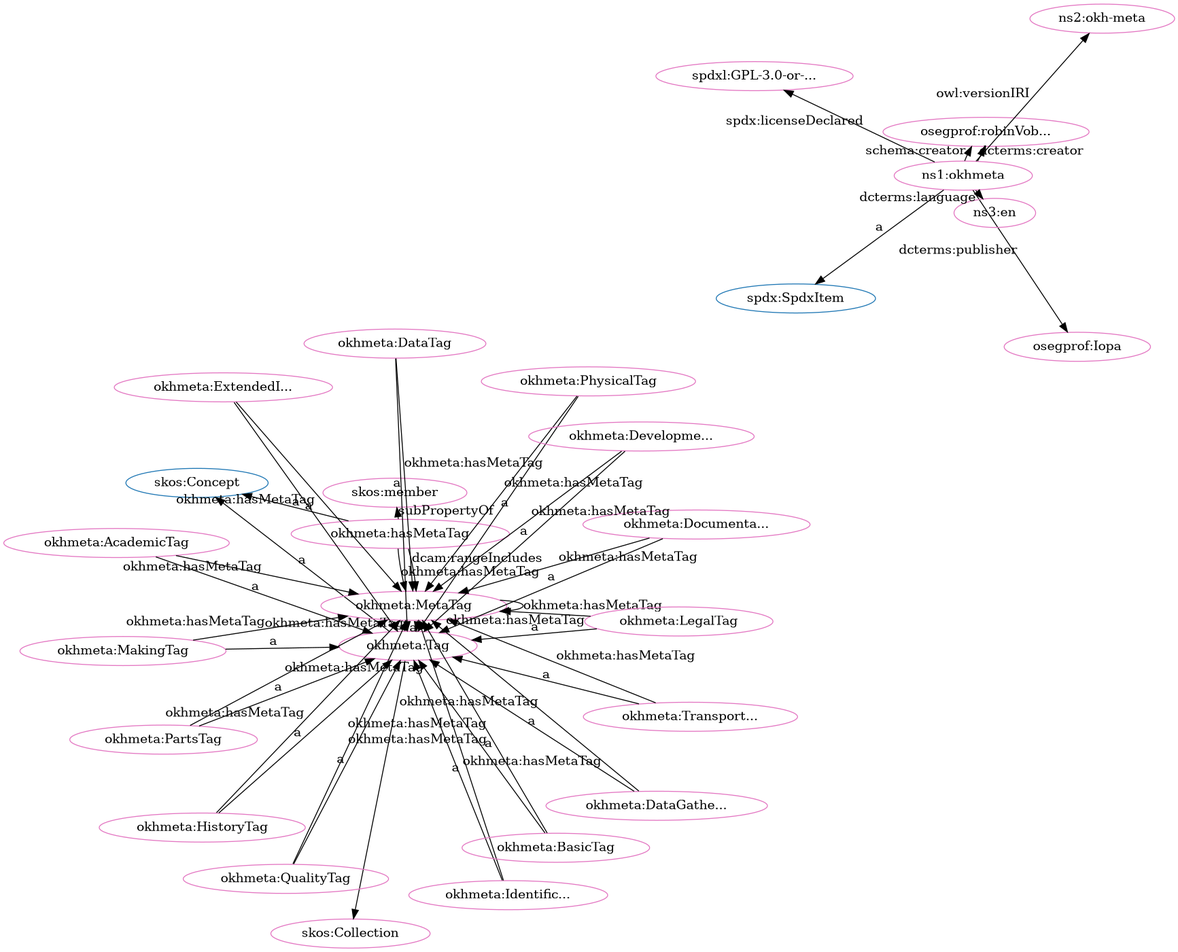
This is src/spec/dot_okh-meta-clean.png from iop-alliance/OpenKnowHow, a Graphviz export, as it was before one commit. Its source is kept beside it as src/spec/dot_okh-meta-clean.dot.
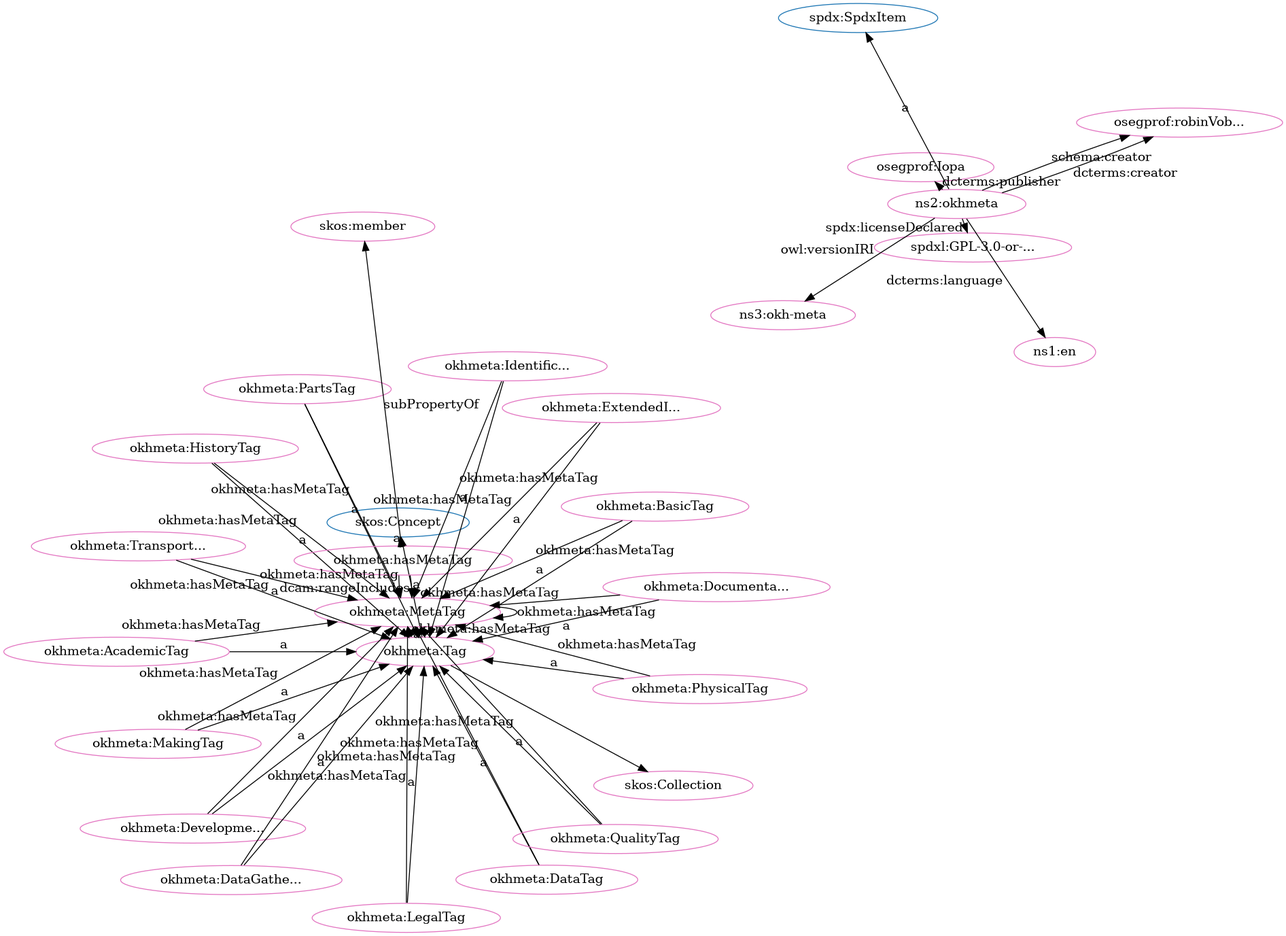
The same file after the commit.

Diff of the diagram source:
```diff
@@ -1,80 +1,80 @@
 digraph G {
   rankdir=BT
   node[height=.3]
+"http://spdx.org/rdf/terms#SpdxItem" [fillcolor="#1f77b4" color="#1f77b4" label="spdx:SpdxItem"]
+"http://www.w3.org/2004/02/skos/core#Collection" [fillcolor="#1f77b4" color="#1f77b4" label="skos:Collection"]
 "http://www.w3.org/2004/02/skos/core#Concept" [fillcolor="#1f77b4" color="#1f77b4" label="skos:Concept"]
 "http://w3id.org/oseg/ont/okhmeta#Tag" [fillcolor="#1f77b4" color="#1f77b4" label="okhmeta:Tag"]
-"http://www.w3.org/2004/02/skos/core#Collection" [fillcolor="#1f77b4" color="#1f77b4" label="skos:Collection"]
-"http://spdx.org/rdf/terms#SpdxItem" [fillcolor="#1f77b4" color="#1f77b4" label="spdx:SpdxItem"]
-"http://w3id.org/oseg/ont/okhmeta" [fillcolor="#e377c2" color="#e377c2" label="ns1:okhmeta"]
 "http://w3id.org/oseg/ont/okhmeta#MetaTag" [fillcolor="#e377c2" color="#e377c2" label="okhmeta:MetaTag"]
+"http://w3id.org/oseg/ont/okhmeta#DocumentationTag" [fillcolor="#e377c2" color="#e377c2" label="okhmeta:Documenta..."]
+"http://w3id.org/oseg/ont/oseg-profiles#robinVobruba" [fillcolor="#e377c2" color="#e377c2" label="osegprof:robinVob..."]
+"http://w3id.org/oseg/ont/okhmeta#AcademicTag" [fillcolor="#e377c2" color="#e377c2" label="okhmeta:AcademicTag"]
+"http://spdx.org/licenses/GPL-3.0-or-later" [fillcolor="#e377c2" color="#e377c2" label="spdxl:GPL-3.0-or-..."]
+"http://w3id.org/oseg/ont/okhmeta#MakingTag" [fillcolor="#e377c2" color="#e377c2" label="okhmeta:MakingTag"]
 "http://w3id.org/oseg/ont/oseg-profiles#Iopa" [fillcolor="#e377c2" color="#e377c2" label="osegprof:Iopa"]
-"http://w3id.org/oseg/ont/oseg-profiles#robinVobruba" [fillcolor="#e377c2" color="#e377c2" label="osegprof:robinVob..."]
+"http://w3id.org/oseg/ont/okhmeta#Tag" [fillcolor="#e377c2" color="#e377c2" label="okhmeta:Tag"]
+"http://w3id.org/oseg/ont/okhmeta#PartsTag" [fillcolor="#e377c2" color="#e377c2" label="okhmeta:PartsTag"]
+"http://w3id.org/oseg/ont/okhmeta#HistoryTag" [fillcolor="#e377c2" color="#e377c2" label="okhmeta:HistoryTag"]
 "http://w3id.org/oseg/ont/okhmeta#hasMetaTag" [fillcolor="#e377c2" color="#e377c2" label="okhmeta:hasMetaTag"]
+"http://w3id.org/oseg/ont/okhmeta#DataTag" [fillcolor="#e377c2" color="#e377c2" label="okhmeta:DataTag"]
+"http://id.loc.gov/vocabulary/iso639-1/en" [fillcolor="#e377c2" color="#e377c2" label="ns1:en"]
+"http://w3id.org/oseg/ont/okhmeta#DevelopmentTag" [fillcolor="#e377c2" color="#e377c2" label="okhmeta:Developme..."]
+"http://w3id.org/oseg/ont/okhmeta" [fillcolor="#e377c2" color="#e377c2" label="ns2:okhmeta"]
+"http://w3id.org/oseg/ont/okhmeta#IdentificationTag" [fillcolor="#e377c2" color="#e377c2" label="okhmeta:Identific..."]
 "http://w3id.org/oseg/ont/okhmeta#ExtendedInfoTag" [fillcolor="#e377c2" color="#e377c2" label="okhmeta:ExtendedI..."]
-"http://w3id.org/oseg/ont/okhmeta#HistoryTag" [fillcolor="#e377c2" color="#e377c2" label="okhmeta:HistoryTag"]
-"http://w3id.org/oseg/ont/okhmeta#DocumentationTag" [fillcolor="#e377c2" color="#e377c2" label="okhmeta:Documenta..."]
+"http://w3id.org/oseg/ont/okhmeta#BasicTag" [fillcolor="#e377c2" color="#e377c2" label="okhmeta:BasicTag"]
 "http://w3id.org/oseg/ont/okhmeta#QualityTag" [fillcolor="#e377c2" color="#e377c2" label="okhmeta:QualityTag"]
-"http://w3id.org/oseg/ont/okhmeta#IdentificationTag" [fillcolor="#e377c2" color="#e377c2" label="okhmeta:Identific..."]
+"http://w3id.org/oseg/ont/okhmeta#DataGatheringTag" [fillcolor="#e377c2" color="#e377c2" label="okhmeta:DataGathe..."]
+"http://www.w3.org/2004/02/skos/core#Collection" [fillcolor="#e377c2" color="#e377c2" label="skos:Collection"]
 "http://w3id.org/oseg/ont/okhmeta#TransportationTag" [fillcolor="#e377c2" color="#e377c2" label="okhmeta:Transport..."]
-"http://www.w3.org/2004/02/skos/core#Collection" [fillcolor="#e377c2" color="#e377c2" label="skos:Collection"]
+"http://w3id.org/oseg/ont/okhmeta#LegalTag" [fillcolor="#e377c2" color="#e377c2" label="okhmeta:LegalTag"]
+"http://www.w3.org/2004/02/skos/core#member" [fillcolor="#e377c2" color="#e377c2" label="skos:member"]
 "http://w3id.org/oseg/ont/okhmeta#PhysicalTag" [fillcolor="#e377c2" color="#e377c2" label="okhmeta:PhysicalTag"]
-"http://w3id.org/oseg/ont/okhmeta#LegalTag" [fillcolor="#e377c2" color="#e377c2" label="okhmeta:LegalTag"]
-"http://w3id.org/oseg/ont/okhmeta#DataGatheringTag" [fillcolor="#e377c2" color="#e377c2" label="okhmeta:DataGathe..."]
-"http://w3id.org/oseg/ont/1.1.0/okh-meta" [fillcolor="#e377c2" color="#e377c2" label="ns2:okh-meta"]
-"http://w3id.org/oseg/ont/okhmeta#AcademicTag" [fillcolor="#e377c2" color="#e377c2" label="okhmeta:AcademicTag"]
-"http://w3id.org/oseg/ont/okhmeta#Tag" [fillcolor="#e377c2" color="#e377c2" label="okhmeta:Tag"]
-"http://www.w3.org/2004/02/skos/core#member" [fillcolor="#e377c2" color="#e377c2" label="skos:member"]
-"http://spdx.org/licenses/GPL-3.0-or-later" [fillcolor="#e377c2" color="#e377c2" label="spdxl:GPL-3.0-or-..."]
-"http://id.loc.gov/vocabulary/iso639-1/en" [fillcolor="#e377c2" color="#e377c2" label="ns3:en"]
-"http://w3id.org/oseg/ont/okhmeta#BasicTag" [fillcolor="#e377c2" color="#e377c2" label="okhmeta:BasicTag"]
-"http://w3id.org/oseg/ont/okhmeta#DevelopmentTag" [fillcolor="#e377c2" color="#e377c2" label="okhmeta:Developme..."]
-"http://w3id.org/oseg/ont/okhmeta#MakingTag" [fillcolor="#e377c2" color="#e377c2" label="okhmeta:MakingTag"]
-"http://w3id.org/oseg/ont/okhmeta#DataTag" [fillcolor="#e377c2" color="#e377c2" label="okhmeta:DataTag"]
-"http://w3id.org/oseg/ont/okhmeta#PartsTag" [fillcolor="#e377c2" color="#e377c2" label="okhmeta:PartsTag"]
+"http://w3id.org/oseg/ont/1.1.0/okh-meta" [fillcolor="#e377c2" color="#e377c2" label="ns3:okh-meta"]
+  "http://w3id.org/oseg/ont/okhmeta#BasicTag" -> "http://w3id.org/oseg/ont/okhmeta#MetaTag" [label="okhmeta:hasMetaTag"]
+  "http://w3id.org/oseg/ont/okhmeta#QualityTag" -> "http://w3id.org/oseg/ont/okhmeta#MetaTag" [label="okhmeta:hasMetaTag"]
+  "http://w3id.org/oseg/ont/okhmeta#AcademicTag" -> "http://w3id.org/oseg/ont/okhmeta#MetaTag" [label="okhmeta:hasMetaTag"]
+  "http://w3id.org/oseg/ont/okhmeta#LegalTag" -> "http://w3id.org/oseg/ont/okhmeta#MetaTag" [label="okhmeta:hasMetaTag"]
+  "http://w3id.org/oseg/ont/okhmeta#MetaTag" -> "http://w3id.org/oseg/ont/okhmeta#MetaTag" [label="okhmeta:hasMetaTag"]
+  "http://w3id.org/oseg/ont/okhmeta#PhysicalTag" -> "http://w3id.org/oseg/ont/okhmeta#MetaTag" [label="okhmeta:hasMetaTag"]
+  "http://w3id.org/oseg/ont/okhmeta#HistoryTag" -> "http://w3id.org/oseg/ont/okhmeta#MetaTag" [label="okhmeta:hasMetaTag"]
+  "http://w3id.org/oseg/ont/okhmeta#DocumentationTag" -> "http://w3id.org/oseg/ont/okhmeta#Tag" [label="a"]
+  "http://w3id.org/oseg/ont/okhmeta#DevelopmentTag" -> "http://w3id.org/oseg/ont/okhmeta#MetaTag" [label="okhmeta:hasMetaTag"]
+  "http://w3id.org/oseg/ont/okhmeta#MakingTag" -> "http://w3id.org/oseg/ont/okhmeta#Tag" [label="a"]
   "http://w3id.org/oseg/ont/okhmeta#Tag" -> "http://w3id.org/oseg/ont/okhmeta#MetaTag" [label="okhmeta:hasMetaTag"]
+  "http://w3id.org/oseg/ont/okhmeta#Tag" -> "http://www.w3.org/2004/02/skos/core#Concept" [label="a"]
+  "http://w3id.org/oseg/ont/okhmeta#PartsTag" -> "http://w3id.org/oseg/ont/okhmeta#Tag" [label="a"]
+  "http://w3id.org/oseg/ont/okhmeta" -> "http://id.loc.gov/vocabulary/iso639-1/en" [label="dcterms:language"]
+  "http://w3id.org/oseg/ont/okhmeta" -> "http://spdx.org/rdf/terms#SpdxItem" [label="a"]
+  "http://w3id.org/oseg/ont/okhmeta#IdentificationTag" -> "http://w3id.org/oseg/ont/okhmeta#Tag" [label="a"]
+  "http://w3id.org/oseg/ont/okhmeta#ExtendedInfoTag" -> "http://w3id.org/oseg/ont/okhmeta#Tag" [label="a"]
+  "http://w3id.org/oseg/ont/okhmeta#PartsTag" -> "http://w3id.org/oseg/ont/okhmeta#MetaTag" [label="okhmeta:hasMetaTag"]
+  "http://w3id.org/oseg/ont/okhmeta#BasicTag" -> "http://w3id.org/oseg/ont/okhmeta#Tag" [label="a"]
+  "http://w3id.org/oseg/ont/okhmeta#MetaTag" -> "http://w3id.org/oseg/ont/okhmeta#Tag" [label="a"]
+  "http://w3id.org/oseg/ont/okhmeta#QualityTag" -> "http://w3id.org/oseg/ont/okhmeta#Tag" [label="a"]
+  "http://w3id.org/oseg/ont/okhmeta#DataGatheringTag" -> "http://w3id.org/oseg/ont/okhmeta#Tag" [label="a"]
+  "http://w3id.org/oseg/ont/okhmeta#hasMetaTag" -> "http://www.w3.org/2004/02/skos/core#member" [label="subPropertyOf"]
+  "http://w3id.org/oseg/ont/okhmeta#PhysicalTag" -> "http://w3id.org/oseg/ont/okhmeta#Tag" [label="a"]
+  "http://w3id.org/oseg/ont/okhmeta#IdentificationTag" -> "http://w3id.org/oseg/ont/okhmeta#MetaTag" [label="okhmeta:hasMetaTag"]
+  "http://w3id.org/oseg/ont/okhmeta#hasMetaTag" -> "http://w3id.org/oseg/ont/okhmeta#MetaTag" [label="dcam:rangeIncludes"]
+  "http://w3id.org/oseg/ont/okhmeta#DataGatheringTag" -> "http://w3id.org/oseg/ont/okhmeta#MetaTag" [label="okhmeta:hasMetaTag"]
+  "http://w3id.org/oseg/ont/okhmeta#MakingTag" -> "http://w3id.org/oseg/ont/okhmeta#MetaTag" [label="okhmeta:hasMetaTag"]
+  "http://w3id.org/oseg/ont/okhmeta#TransportationTag" -> "http://w3id.org/oseg/ont/okhmeta#MetaTag" [label="okhmeta:hasMetaTag"]
   "http://w3id.org/oseg/ont/okhmeta" -> "http://w3id.org/oseg/ont/oseg-profiles#robinVobruba" [label="schema:creator"]
+  "http://w3id.org/oseg/ont/okhmeta#AcademicTag" -> "http://w3id.org/oseg/ont/okhmeta#Tag" [label="a"]
+  "http://w3id.org/oseg/ont/okhmeta" -> "http://spdx.org/licenses/GPL-3.0-or-later" [label="spdx:licenseDeclared"]
+  "http://w3id.org/oseg/ont/okhmeta" -> "http://w3id.org/oseg/ont/oseg-profiles#Iopa" [label="dcterms:publisher"]
+  "http://w3id.org/oseg/ont/okhmeta" -> "http://w3id.org/oseg/ont/oseg-profiles#robinVobruba" [label="dcterms:creator"]
+  "http://w3id.org/oseg/ont/okhmeta#DocumentationTag" -> "http://w3id.org/oseg/ont/okhmeta#MetaTag" [label="okhmeta:hasMetaTag"]
   "http://w3id.org/oseg/ont/okhmeta#HistoryTag" -> "http://w3id.org/oseg/ont/okhmeta#Tag" [label="a"]
-  "http://w3id.org/oseg/ont/okhmeta#MetaTag" -> "http://w3id.org/oseg/ont/okhmeta#MetaTag" [label="okhmeta:hasMetaTag"]
-  "http://w3id.org/oseg/ont/okhmeta#hasMetaTag" -> "http://www.w3.org/2004/02/skos/core#Concept" [label="a"]
-  "http://w3id.org/oseg/ont/okhmeta#QualityTag" -> "http://w3id.org/oseg/ont/okhmeta#Tag" [label="a"]
-  "http://w3id.org/oseg/ont/okhmeta#hasMetaTag" -> "http://w3id.org/oseg/ont/okhmeta#MetaTag" [label="dcam:rangeIncludes"]
+  "http://w3id.org/oseg/ont/okhmeta#DataTag" -> "http://w3id.org/oseg/ont/okhmeta#Tag" [label="a"]
+  "http://w3id.org/oseg/ont/okhmeta#DevelopmentTag" -> "http://w3id.org/oseg/ont/okhmeta#Tag" [label="a"]
+  "http://w3id.org/oseg/ont/okhmeta#DataTag" -> "http://w3id.org/oseg/ont/okhmeta#MetaTag" [label="okhmeta:hasMetaTag"]
   "http://w3id.org/oseg/ont/okhmeta#Tag" -> "http://www.w3.org/2004/02/skos/core#Collection" [label=""]
+  "http://w3id.org/oseg/ont/okhmeta#TransportationTag" -> "http://w3id.org/oseg/ont/okhmeta#Tag" [label="a"]
   "http://w3id.org/oseg/ont/okhmeta#LegalTag" -> "http://w3id.org/oseg/ont/okhmeta#Tag" [label="a"]
   "http://w3id.org/oseg/ont/okhmeta" -> "http://w3id.org/oseg/ont/1.1.0/okh-meta" [label="owl:versionIRI"]
-  "http://w3id.org/oseg/ont/okhmeta#DevelopmentTag" -> "http://w3id.org/oseg/ont/okhmeta#MetaTag" [label="okhmeta:hasMetaTag"]
-  "http://w3id.org/oseg/ont/okhmeta#AcademicTag" -> "http://w3id.org/oseg/ont/okhmeta#Tag" [label="a"]
-  "http://w3id.org/oseg/ont/okhmeta#Tag" -> "http://www.w3.org/2004/02/skos/core#Concept" [label="a"]
-  "http://w3id.org/oseg/ont/okhmeta#MetaTag" -> "http://w3id.org/oseg/ont/okhmeta#Tag" [label="a"]
-  "http://w3id.org/oseg/ont/okhmeta#DataGatheringTag" -> "http://w3id.org/oseg/ont/okhmeta#MetaTag" [label="okhmeta:hasMetaTag"]
-  "http://w3id.org/oseg/ont/okhmeta" -> "http://spdx.org/licenses/GPL-3.0-or-later" [label="spdx:licenseDeclared"]
+  "http://w3id.org/oseg/ont/okhmeta#hasMetaTag" -> "http://w3id.org/oseg/ont/okhmeta#MetaTag" [label="okhmeta:hasMetaTag"]
+  "http://w3id.org/oseg/ont/okhmeta#hasMetaTag" -> "http://www.w3.org/2004/02/skos/core#Concept" [label="a"]
   "http://w3id.org/oseg/ont/okhmeta#ExtendedInfoTag" -> "http://w3id.org/oseg/ont/okhmeta#MetaTag" [label="okhmeta:hasMetaTag"]
-  "http://w3id.org/oseg/ont/okhmeta#DocumentationTag" -> "http://w3id.org/oseg/ont/okhmeta#MetaTag" [label="okhmeta:hasMetaTag"]
-  "http://w3id.org/oseg/ont/okhmeta" -> "http://w3id.org/oseg/ont/oseg-profiles#robinVobruba" [label="dcterms:creator"]
-  "http://w3id.org/oseg/ont/okhmeta#IdentificationTag" -> "http://w3id.org/oseg/ont/okhmeta#MetaTag" [label="okhmeta:hasMetaTag"]
-  "http://w3id.org/oseg/ont/okhmeta#PhysicalTag" -> "http://w3id.org/oseg/ont/okhmeta#MetaTag" [label="okhmeta:hasMetaTag"]
-  "http://w3id.org/oseg/ont/okhmeta" -> "http://w3id.org/oseg/ont/oseg-profiles#Iopa" [label="dcterms:publisher"]
-  "http://w3id.org/oseg/ont/okhmeta#LegalTag" -> "http://w3id.org/oseg/ont/okhmeta#MetaTag" [label="okhmeta:hasMetaTag"]
-  "http://w3id.org/oseg/ont/okhmeta#ExtendedInfoTag" -> "http://w3id.org/oseg/ont/okhmeta#Tag" [label="a"]
-  "http://w3id.org/oseg/ont/okhmeta#AcademicTag" -> "http://w3id.org/oseg/ont/okhmeta#MetaTag" [label="okhmeta:hasMetaTag"]
-  "http://w3id.org/oseg/ont/okhmeta#DocumentationTag" -> "http://w3id.org/oseg/ont/okhmeta#Tag" [label="a"]
-  "http://w3id.org/oseg/ont/okhmeta#IdentificationTag" -> "http://w3id.org/oseg/ont/okhmeta#Tag" [label="a"]
-  "http://w3id.org/oseg/ont/okhmeta#TransportationTag" -> "http://w3id.org/oseg/ont/okhmeta#Tag" [label="a"]
-  "http://w3id.org/oseg/ont/okhmeta#BasicTag" -> "http://w3id.org/oseg/ont/okhmeta#MetaTag" [label="okhmeta:hasMetaTag"]
-  "http://w3id.org/oseg/ont/okhmeta#MakingTag" -> "http://w3id.org/oseg/ont/okhmeta#MetaTag" [label="okhmeta:hasMetaTag"]
-  "http://w3id.org/oseg/ont/okhmeta#PhysicalTag" -> "http://w3id.org/oseg/ont/okhmeta#Tag" [label="a"]
-  "http://w3id.org/oseg/ont/okhmeta#DataGatheringTag" -> "http://w3id.org/oseg/ont/okhmeta#Tag" [label="a"]
-  "http://w3id.org/oseg/ont/okhmeta#PartsTag" -> "http://w3id.org/oseg/ont/okhmeta#MetaTag" [label="okhmeta:hasMetaTag"]
-  "http://w3id.org/oseg/ont/okhmeta#DataTag" -> "http://w3id.org/oseg/ont/okhmeta#MetaTag" [label="okhmeta:hasMetaTag"]
-  "http://w3id.org/oseg/ont/okhmeta#hasMetaTag" -> "http://www.w3.org/2004/02/skos/core#member" [label="subPropertyOf"]
-  "http://w3id.org/oseg/ont/okhmeta#TransportationTag" -> "http://w3id.org/oseg/ont/okhmeta#MetaTag" [label="okhmeta:hasMetaTag"]
-  "http://w3id.org/oseg/ont/okhmeta" -> "http://spdx.org/rdf/terms#SpdxItem" [label="a"]
-  "http://w3id.org/oseg/ont/okhmeta" -> "http://id.loc.gov/vocabulary/iso639-1/en" [label="dcterms:language"]
-  "http://w3id.org/oseg/ont/okhmeta#BasicTag" -> "http://w3id.org/oseg/ont/okhmeta#Tag" [label="a"]
-  "http://w3id.org/oseg/ont/okhmeta#hasMetaTag" -> "http://w3id.org/oseg/ont/okhmeta#MetaTag" [label="okhmeta:hasMetaTag"]
-  "http://w3id.org/oseg/ont/okhmeta#DevelopmentTag" -> "http://w3id.org/oseg/ont/okhmeta#Tag" [label="a"]
-  "http://w3id.org/oseg/ont/okhmeta#MakingTag" -> "http://w3id.org/oseg/ont/okhmeta#Tag" [label="a"]
-  "http://w3id.org/oseg/ont/okhmeta#HistoryTag" -> "http://w3id.org/oseg/ont/okhmeta#MetaTag" [label="okhmeta:hasMetaTag"]
-  "http://w3id.org/oseg/ont/okhmeta#DataTag" -> "http://w3id.org/oseg/ont/okhmeta#Tag" [label="a"]
-  "http://w3id.org/oseg/ont/okhmeta#QualityTag" -> "http://w3id.org/oseg/ont/okhmeta#MetaTag" [label="okhmeta:hasMetaTag"]
-  "http://w3id.org/oseg/ont/okhmeta#PartsTag" -> "http://w3id.org/oseg/ont/okhmeta#Tag" [label="a"]
 }
```
